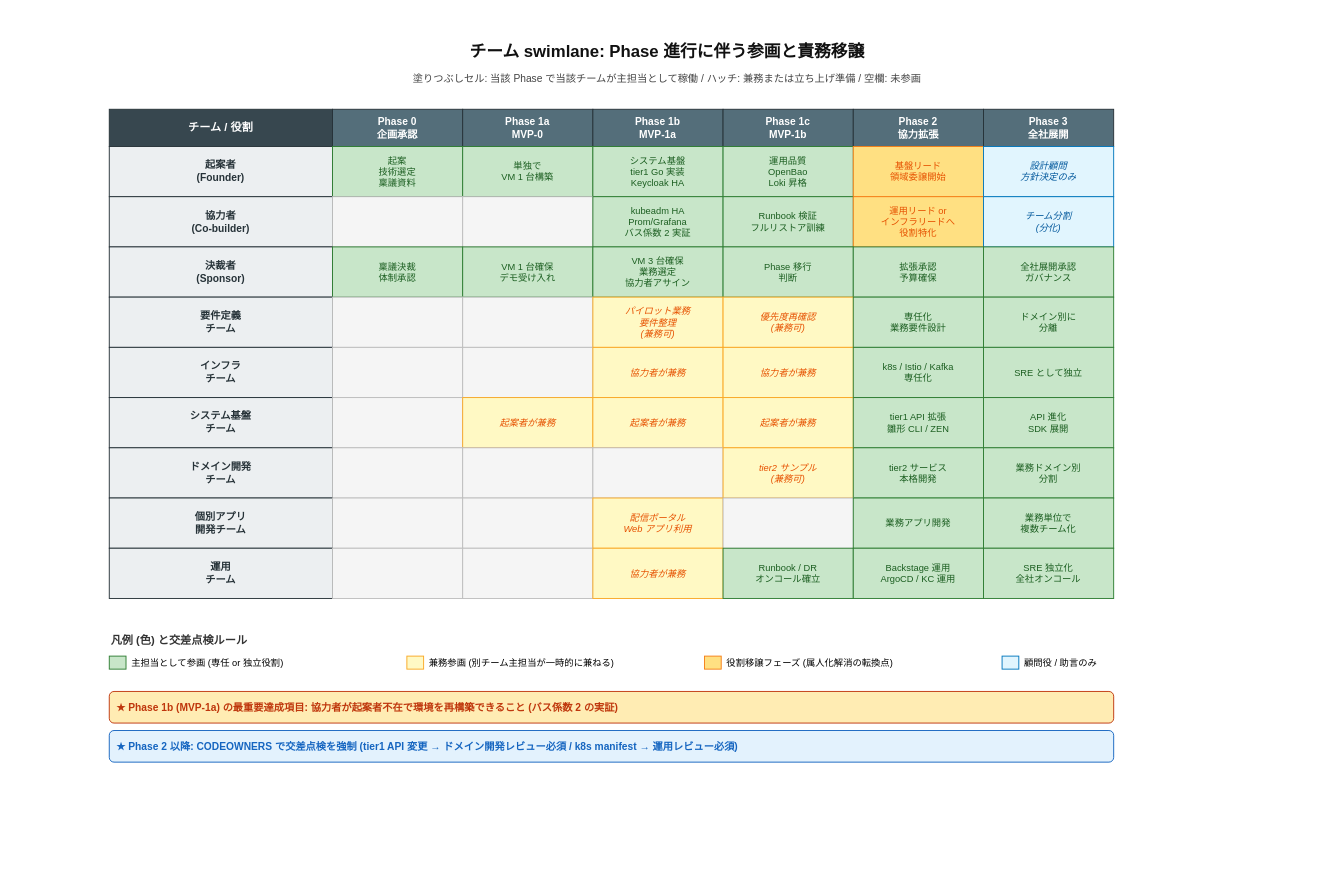
This is docs/01_企画/03_ロードマップと体制/img/チーム_swimlane.drawio from RyuheiKiso/k1s0, a draw.io file, before an edit. Source tidied: cells renumbered, new cells numbered last; positions are measured from the earlier drawing's top-left corner, leaving out a move shared by most shapes. Both pictures are drawn from the tidied source at 93%, with x=0, y=0 at pixel (16, 16).
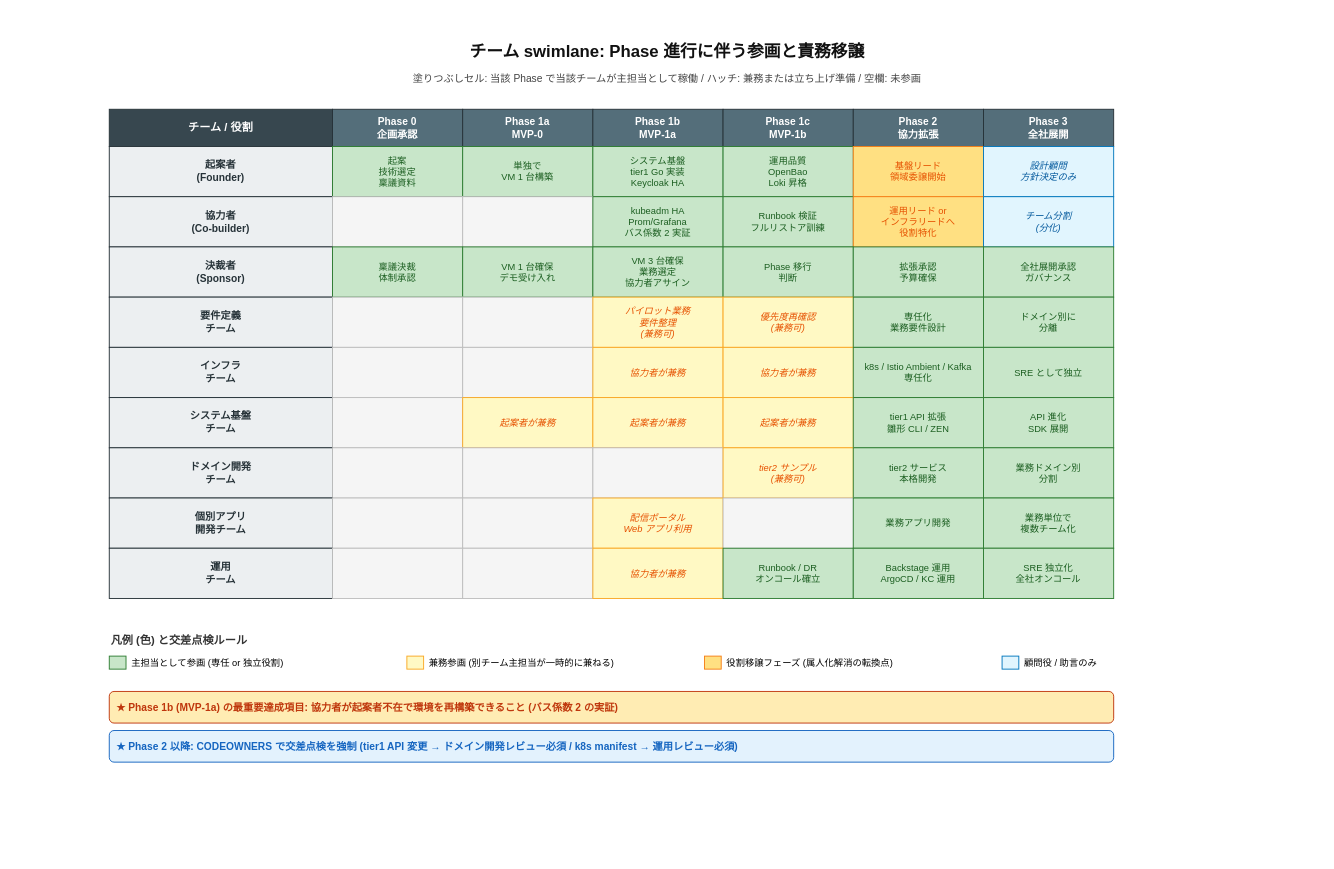
After the change.

Commit message (it also covers changes not shown here):
feat: Istio Ambient Mesh モードの採用に関するADRを追加し、関連ドキュメントを更新

Diff of the diagram source:
```diff
@@
-    <mxCell id="45" value="k8s / Istio / Kafka&#10;専任化" style="rounded=0;whiteSpace=wrap;html=1;fillColor=#C8E6C9;strokeColor=#2E7D32;fontSize=10;fontColor=#1B5E20;" parent="1" vertex="1">
+    <mxCell id="45" value="k8s / Istio Ambient / Kafka&#10;専任化" style="rounded=0;whiteSpace=wrap;html=1;fillColor=#C8E6C9;strokeColor=#2E7D32;fontSize=10;fontColor=#1B5E20;" parent="1" vertex="1">
       <mxGeometry x="900" y="356" width="140" height="54" as="geometry" />
     </mxCell>
```
